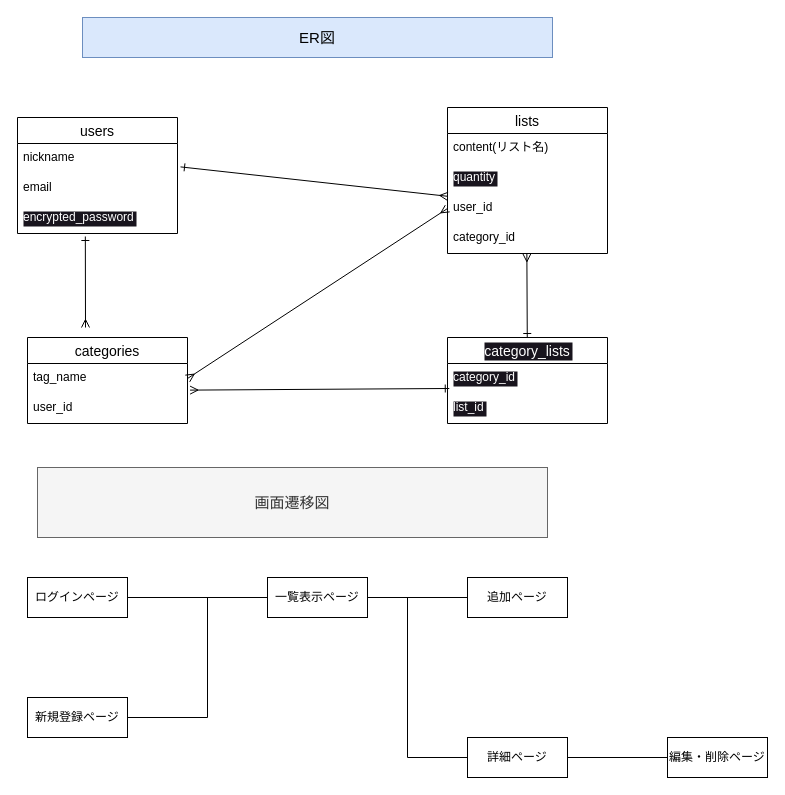
Before: test.dio in mofumofusand/buylist, a draw.io diagram. Source tidied: cells renumbered, new cells numbered last; positions are measured from the earlier drawing's top-left corner, leaving out a move shared by most shapes. Both pictures are drawn from the tidied source at 100%, with x=0, y=0 at pixel (17, 17).
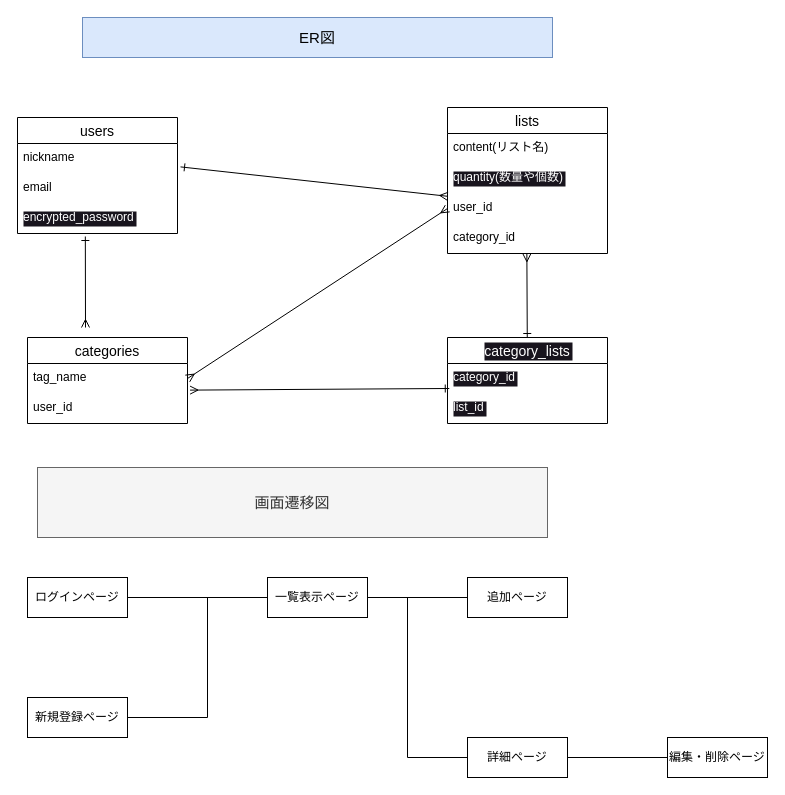
Above is the later version.

The change refers to these unchanged cells:
```xml
<mxCell id="6" value="lists" style="swimlane;fontStyle=0;horizontal=1;startSize=26;align=center;fontSize=14;" parent="1" vertex="1">
  <mxGeometry x="430" y="90" width="160" height="146" as="geometry" />
</mxCell>
```

Diff of the diagram source:
```diff
@@
-    <mxCell id="8" value="quantity" style="text;strokeColor=none;fillColor=none;spacingLeft=4;spacingRight=4;overflow=hidden;fontSize=12;labelBackgroundColor=#18141D;fontColor=#FFFFFF;" parent="6" vertex="1">
+    <mxCell id="8" value="quantity(数量や個数)" style="text;strokeColor=none;fillColor=none;spacingLeft=4;spacingRight=4;overflow=hidden;fontSize=12;labelBackgroundColor=#18141D;fontColor=#FFFFFF;" parent="6" vertex="1">
       <mxGeometry y="56" width="160" height="30" as="geometry" />
     </mxCell>
```
